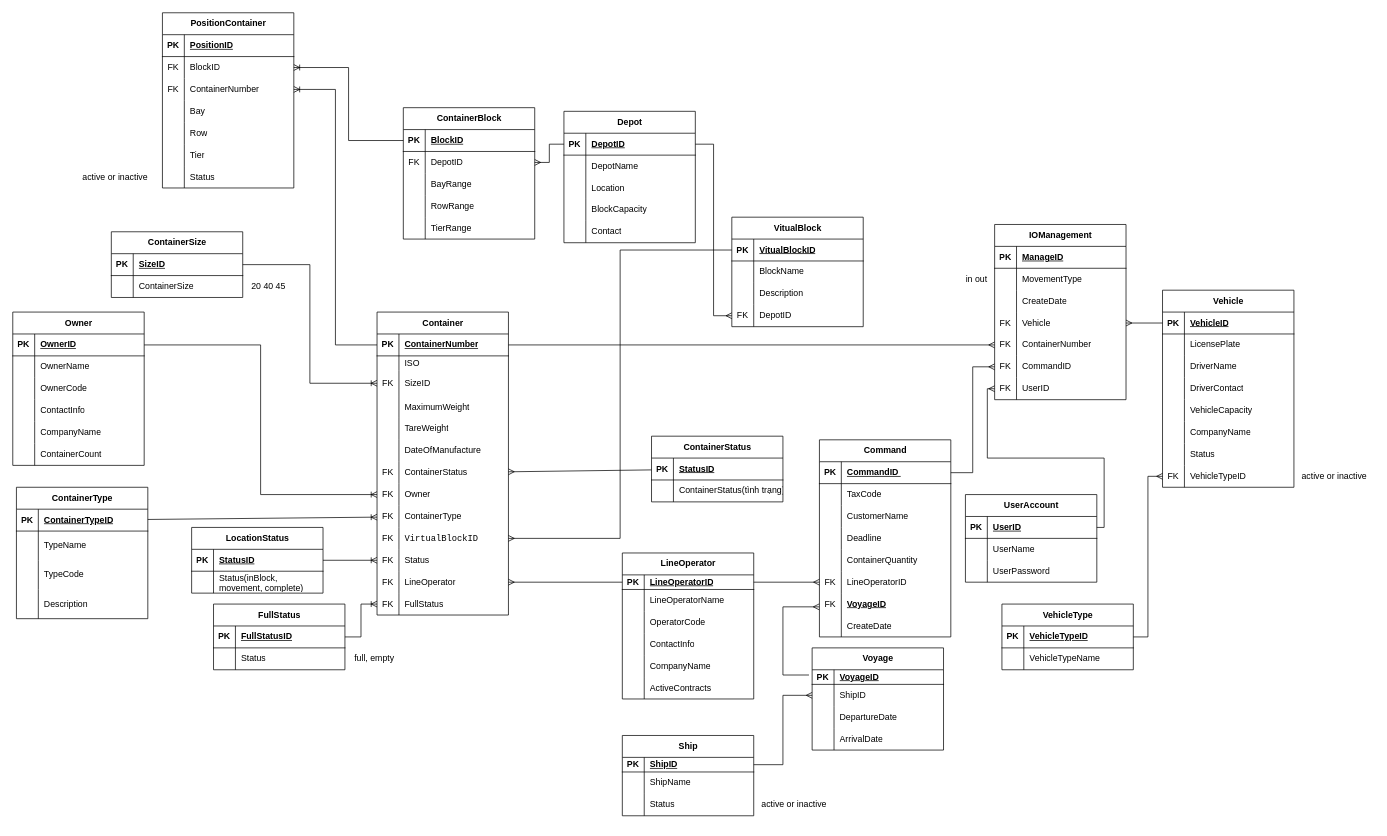
Earlier version of the draw.io diagram Depot.drawio (anhduy215/SSC_Itern_Depot_SQL). Source tidied: cells renumbered, new cells numbered last; positions are measured from the earlier drawing's top-left corner, leaving out a move shared by most shapes. Both pictures are drawn from the tidied source at 73%, with x=0, y=0 at pixel (12, 12).
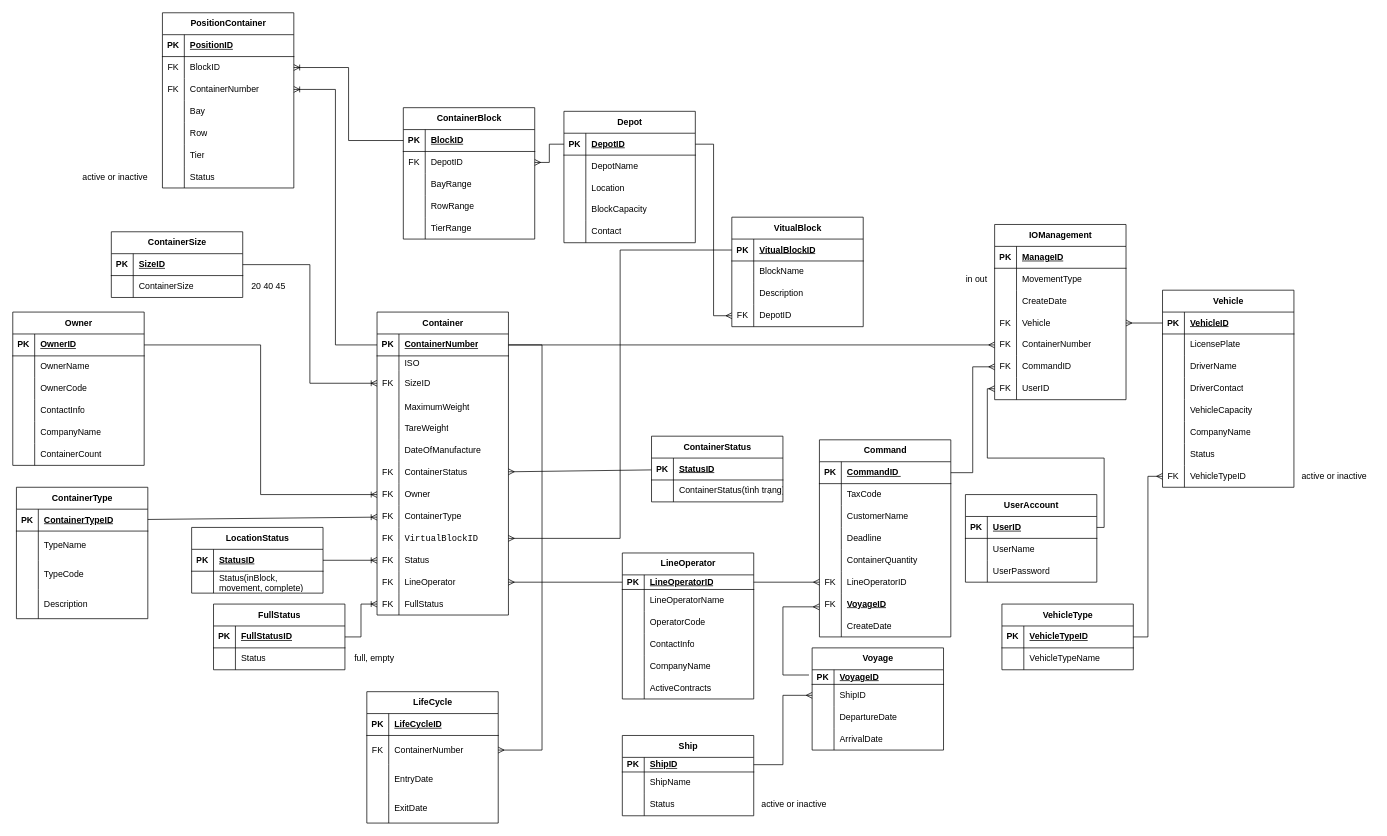
Above is the later version.

Commit message (it also covers changes not shown here):
update container life cycle

Unchanged cells that the change refers to:
```xml
<mxCell id="154" style="shape=tableRow;horizontal=0;startSize=0;swimlaneHead=0;swimlaneBody=0;fillColor=none;points=[[0,0.5],[1,0.5]];portConstraint=eastwest;top=0;left=0;right=0;bottom=1;" parent="153" vertex="1">
  <mxGeometry y="30" width="180" height="30" as="geometry" />
</mxCell>
```

Change to the diagram source:
```diff
@@
+    <mxCell id="326" value="LifeCycle" style="shape=table;startSize=30;childLayout=tableLayout;rowLines=0;fontStyle=1;align=center;html=1;" parent="1" vertex="1">
+      <mxGeometry x="485" y="930" width="180" height="180" as="geometry" />
+    </mxCell>
+    <mxCell id="327" style="shape=tableRow;horizontal=0;startSize=0;swimlaneHead=0;swimlaneBody=0;fillColor=none;top=0;left=0;right=0;bottom=1;" parent="326" vertex="1">
+      <mxGeometry y="30" width="180" height="30" as="geometry" />
+    </mxCell>
+    <mxCell id="328" value="PK" style="shape=partialRectangle;fillColor=none;top=0;left=0;bottom=0;right=0;fontStyle=1;overflow=hidden;whiteSpace=wrap;html=1;" parent="327" vertex="1">
+      <mxGeometry width="30" height="30" as="geometry" />
+    </mxCell>
+    <mxCell id="329" value="&lt;div style=&quot;text-align: center;&quot;&gt;&lt;span style=&quot;background-color: initial; text-wrap: nowrap;&quot;&gt;LifeCycleID&lt;/span&gt;&lt;/div&gt;" style="shape=partialRectangle;fillColor=none;top=0;left=0;bottom=0;right=0;align=left;spacingLeft=6;fontStyle=5;overflow=hidden;whiteSpace=wrap;html=1;" parent="327" vertex="1">
+      <mxGeometry x="30" width="150" height="30" as="geometry" />
+    </mxCell>
+    <mxCell id="330" style="shape=tableRow;horizontal=0;startSize=0;swimlaneHead=0;swimlaneBody=0;fillColor=none;points=[[0,0.5],[1,0.5]];portConstraint=eastwest;top=0;left=0;right=0;bottom=0;" parent="326" vertex="1">
+      <mxGeometry y="60" width="180" height="40" as="geometry" />
+    </mxCell>
+    <mxCell id="331" value="FK" style="shape=partialRectangle;fillColor=none;top=0;left=0;bottom=0;right=0;overflow=hidden;whiteSpace=wrap;html=1;" parent="330" vertex="1">
+      <mxGeometry width="30" height="40" as="geometry" />
+    </mxCell>
+    <mxCell id="332" value="ContainerNumber" style="shape=partialRectangle;fillColor=none;top=0;left=0;bottom=0;right=0;align=left;spacingLeft=6;overflow=hidden;whiteSpace=wrap;html=1;" parent="330" vertex="1">
+      <mxGeometry x="30" width="150" height="40" as="geometry" />
+    </mxCell>
+    <mxCell id="333" style="shape=tableRow;horizontal=0;startSize=0;swimlaneHead=0;swimlaneBody=0;fillColor=none;top=0;left=0;right=0;bottom=0;" parent="326" vertex="1">
+      <mxGeometry y="100" width="180" height="40" as="geometry" />
+    </mxCell>
+    <mxCell id="334" style="shape=partialRectangle;fillColor=none;top=0;left=0;bottom=0;right=0;overflow=hidden;whiteSpace=wrap;html=1;" parent="333" vertex="1">
+      <mxGeometry width="30" height="40" as="geometry" />
+    </mxCell>
+    <mxCell id="335" value="EntryDate" style="shape=partialRectangle;fillColor=none;top=0;left=0;bottom=0;right=0;align=left;spacingLeft=6;overflow=hidden;whiteSpace=wrap;html=1;" parent="333" vertex="1">
+      <mxGeometry x="30" width="150" height="40" as="geometry" />
+    </mxCell>
+    <mxCell id="336" style="shape=tableRow;horizontal=0;startSize=0;swimlaneHead=0;swimlaneBody=0;fillColor=none;top=0;left=0;right=0;bottom=0;" parent="326" vertex="1">
+      <mxGeometry y="140" width="180" height="40" as="geometry" />
+    </mxCell>
+    <mxCell id="337" style="shape=partialRectangle;fillColor=none;top=0;left=0;bottom=0;right=0;overflow=hidden;whiteSpace=wrap;html=1;" parent="336" vertex="1">
+      <mxGeometry width="30" height="40" as="geometry" />
+    </mxCell>
+    <mxCell id="338" value="ExitDate" style="shape=partialRectangle;fillColor=none;top=0;left=0;bottom=0;right=0;align=left;spacingLeft=6;overflow=hidden;whiteSpace=wrap;html=1;" parent="336" vertex="1">
+      <mxGeometry x="30" width="150" height="40" as="geometry" />
+    </mxCell>
+    <mxCell id="339" style="fontSize=12;html=1;endArrow=ERmany;rounded=0;edgeStyle=orthogonalEdgeStyle;" parent="1" edge="1" source="154" target="330">
+      <mxGeometry relative="1" as="geometry">
+        <Array as="points">
+          <mxPoint x="725" y="455" />
+          <mxPoint x="725" y="1010" />
+        </Array>
+      </mxGeometry>
+    </mxCell>
```
